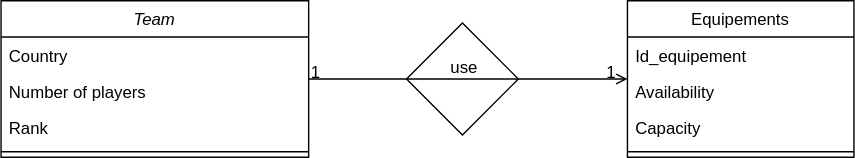
The draw.io diagram OWWC_structure.drawio.svg in adamadong/OWWC_en_Django, before a commit. Source tidied: cells renumbered, new cells last; positions are measured from the earlier drawing's top-left corner, leaving out a move shared by most shapes.
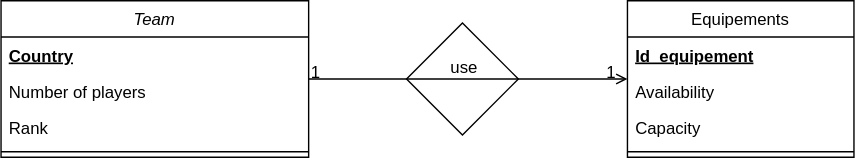
The same diagram one commit later.

The edit, as a diff of the source:
```diff
@@ -8,7 +8,7 @@
     <mxCell id="3" value="Team" style="swimlane;fontStyle=2;align=center;verticalAlign=top;horizontal=1;startSize=26;rounded=0;shadow=0;strokeWidth=1;" parent="1" vertex="1">
       <mxGeometry width="220" height="112" as="geometry" />
     </mxCell>
-    <mxCell id="4" value="Country" style="text;align=left;verticalAlign=top;spacingLeft=4;spacingRight=4;overflow=hidden;" parent="3" vertex="1">
+    <mxCell id="4" value="Country" style="text;align=left;verticalAlign=top;spacingLeft=4;spacingRight=4;overflow=hidden;fontStyle=5;" parent="3" vertex="1">
       <mxGeometry y="26" width="220" height="26" as="geometry" />
     </mxCell>
     <mxCell id="5" value="Number of players" style="text;align=left;verticalAlign=top;spacingLeft=4;spacingRight=4;overflow=hidden;rounded=0;shadow=0;html=0;" parent="3" vertex="1">
@@ -23,7 +23,7 @@
     <mxCell id="8" value="Equipements" style="swimlane;fontStyle=0;align=center;verticalAlign=top;horizontal=1;startSize=26;rounded=0;shadow=0;strokeWidth=1;" parent="1" vertex="1">
       <mxGeometry x="448" width="162" height="112" as="geometry" />
     </mxCell>
-    <mxCell id="9" value="Id_equipement" style="text;align=left;verticalAlign=top;spacingLeft=4;spacingRight=4;overflow=hidden;" parent="8" vertex="1">
+    <mxCell id="9" value="Id_equipement" style="text;align=left;verticalAlign=top;spacingLeft=4;spacingRight=4;overflow=hidden;fontStyle=5;" parent="8" vertex="1">
       <mxGeometry y="26" width="162" height="26" as="geometry" />
     </mxCell>
     <mxCell id="10" value="Availability" style="text;align=left;verticalAlign=top;spacingLeft=4;spacingRight=4;overflow=hidden;rounded=0;shadow=0;html=0;" parent="8" vertex="1">
```
